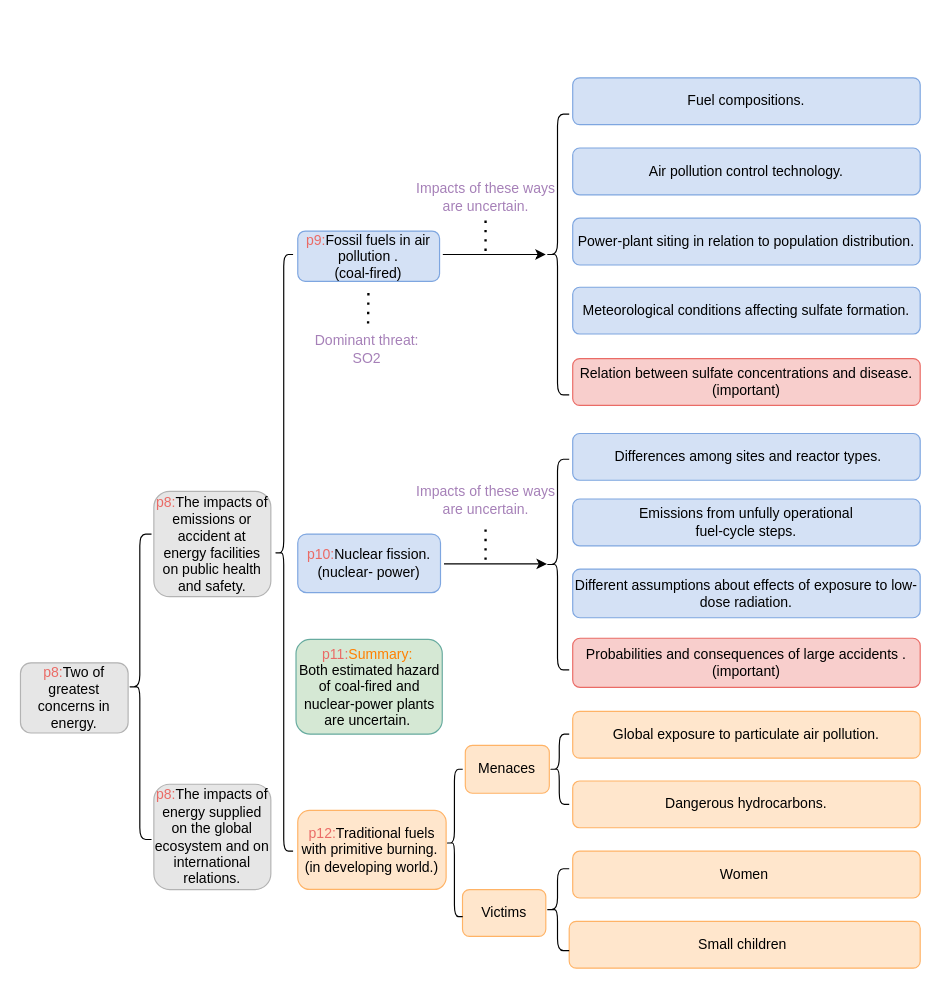
Before: mindmap.drawio in limengzhu3211/draw, a draw.io diagram. Source tidied: cells renumbered, new cells numbered last; positions are measured from the earlier drawing's top-left corner, leaving out a move shared by most shapes. Both pictures are drawn from the tidied source at 117%, with x=0, y=0 at pixel (20, 77).
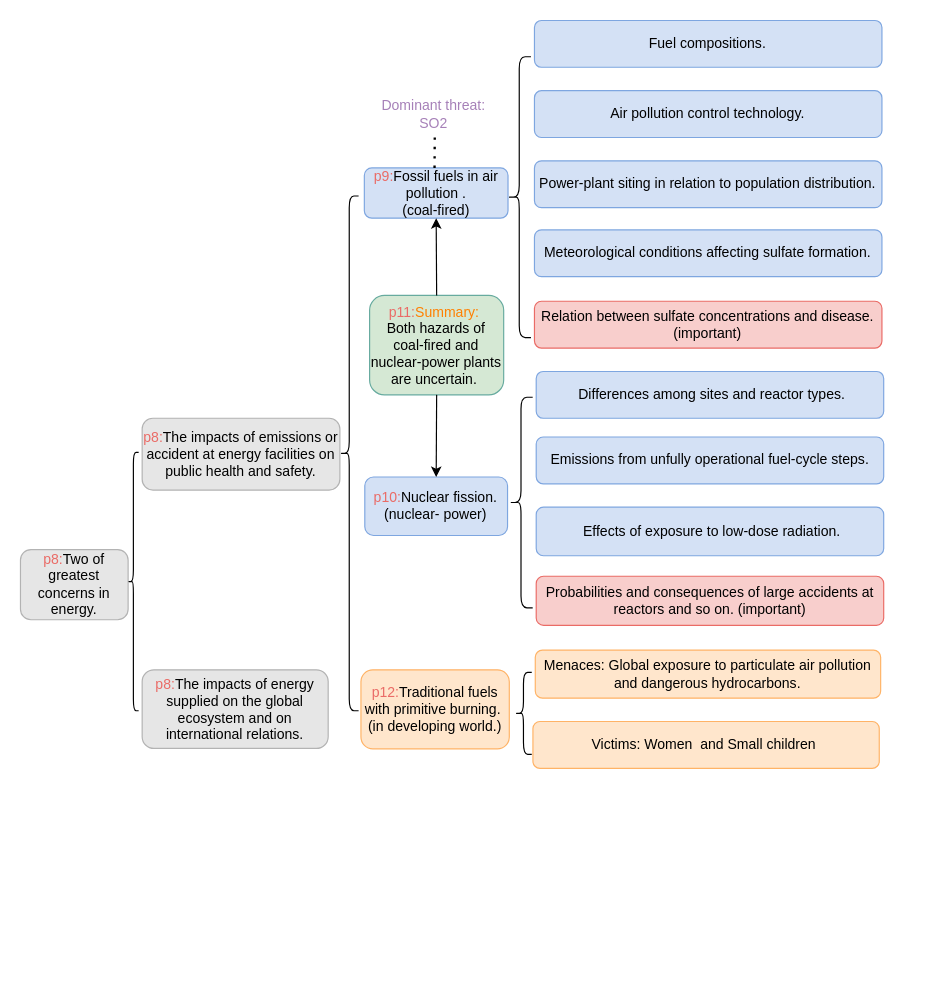
The same diagram, later.

What changed in the source:
```diff
@@
     <mxCell id="2" value="&lt;font color=&quot;#ea6b66&quot;&gt;p8:&lt;/font&gt;Two of greatest concerns in energy." style="rounded=1;whiteSpace=wrap;html=1;fillColor=#E6E6E6;strokeColor=#B3B3B3;" parent="1" vertex="1">
-      <mxGeometry y="500" width="92" height="60" as="geometry" />
+      <mxGeometry y="403.2" width="92" height="60" as="geometry" />
     </mxCell>
     <mxCell id="3" style="shape=curlyBracket;whiteSpace=wrap;html=1;rounded=1;size=0.5;" parent="1" vertex="1">
-      <mxGeometry x="92" y="390" width="20" height="261" as="geometry" />
+      <mxGeometry x="92" y="320.2" width="9" height="220.8" as="geometry" />
     </mxCell>
     <mxCell id="4" value="&lt;font color=&quot;#ea6b66&quot;&gt;p8:&lt;/font&gt;The impacts of energy supplied on the global ecosystem and on international relations." style="rounded=1;whiteSpace=wrap;html=1;fillColor=#E6E6E6;strokeColor=#B3B3B3;" parent="1" vertex="1">
-      <mxGeometry x="114" y="603.8" width="100" height="90" as="geometry" />
+      <mxGeometry x="104" y="506" width="159" height="67.2" as="geometry" />
     </mxCell>
     <mxCell id="5" value="&lt;font color=&quot;#ea6b66&quot;&gt;p8:&lt;/font&gt;The impacts of emissions or accident at energy facilities on public health and safety." style="rounded=1;whiteSpace=wrap;html=1;fillColor=#E6E6E6;strokeColor=#B3B3B3;" parent="1" vertex="1">
-      <mxGeometry x="114" y="353.5" width="100" height="90" as="geometry" />
+      <mxGeometry x="104" y="291" width="169" height="61.4" as="geometry" />
     </mxCell>
     <mxCell id="6" value="&lt;font color=&quot;#ea6b66&quot;&gt;p10:&lt;/font&gt;Nuclear fission.&lt;br&gt;(nuclear- power)" style="rounded=1;whiteSpace=wrap;html=1;fillColor=#D4E1F5;strokeColor=#7EA6E0;" parent="1" vertex="1">
-      <mxGeometry x="237" y="390" width="122" height="50" as="geometry" />
+      <mxGeometry x="294.3" y="341.2" width="122" height="50" as="geometry" />
     </mxCell>
     <mxCell id="7" value="Air pollution control technology." style="rounded=1;whiteSpace=wrap;html=1;fillColor=#D4E1F5;strokeColor=#7EA6E0;" parent="1" vertex="1">
-      <mxGeometry x="472" y="60" width="297" height="40" as="geometry" />
+      <mxGeometry x="439.3" y="11" width="297" height="40" as="geometry" />
     </mxCell>
     <mxCell id="8" value="Power-plant siting in relation to population distribution." style="rounded=1;whiteSpace=wrap;html=1;fillColor=#D4E1F5;strokeColor=#7EA6E0;" parent="1" vertex="1">
-      <mxGeometry x="472" y="120" width="297" height="40" as="geometry" />
+      <mxGeometry x="439.3" y="71" width="297" height="40" as="geometry" />
     </mxCell>
     <mxCell id="9" value="Meteorological conditions affecting sulfate formation." style="rounded=1;whiteSpace=wrap;html=1;fillColor=#D4E1F5;strokeColor=#7EA6E0;" parent="1" vertex="1">
-      <mxGeometry x="472" y="179" width="297" height="40" as="geometry" />
+      <mxGeometry x="439.3" y="130" width="297" height="40" as="geometry" />
     </mxCell>
     <mxCell id="10" value="Relation between sulfate concentrations and disease. &lt;br&gt;(important)" style="rounded=1;whiteSpace=wrap;html=1;fillColor=#F8CECC;strokeColor=#EA6B66;" parent="1" vertex="1">
-      <mxGeometry x="472" y="240" width="297" height="40" as="geometry" />
+      <mxGeometry x="439.3" y="191" width="297" height="40" as="geometry" />
     </mxCell>
     <mxCell id="11" style="shape=curlyBracket;whiteSpace=wrap;html=1;rounded=1;size=0.5;" parent="1" vertex="1">
-      <mxGeometry x="449" y="31" width="20" height="240" as="geometry" />
+      <mxGeometry x="416.3" y="-18" width="20" height="240" as="geometry" />
     </mxCell>
     <mxCell id="12" value="&amp;nbsp;Differences among sites and reactor types." style="rounded=1;whiteSpace=wrap;html=1;fillColor=#D4E1F5;strokeColor=#7EA6E0;" parent="1" vertex="1">
-      <mxGeometry x="472" y="304" width="297" height="40" as="geometry" />
+      <mxGeometry x="440.8" y="251" width="297" height="40" as="geometry" />
     </mxCell>
-    <mxCell id="13" value="Emissions from unfully operational&lt;br&gt;fuel-cycle steps." style="rounded=1;whiteSpace=wrap;html=1;fillColor=#D4E1F5;strokeColor=#7EA6E0;" parent="1" vertex="1">
-      <mxGeometry x="472" y="360" width="297" height="40" as="geometry" />
+    <mxCell id="13" value="Emissions from unfully operational fuel-cycle steps." style="rounded=1;whiteSpace=wrap;html=1;fillColor=#D4E1F5;strokeColor=#7EA6E0;" parent="1" vertex="1">
+      <mxGeometry x="440.8" y="307" width="297" height="40" as="geometry" />
     </mxCell>
-    <mxCell id="14" value="Different assumptions about effects of exposure to low-dose radiation." style="rounded=1;whiteSpace=wrap;html=1;fillColor=#D4E1F5;strokeColor=#7EA6E0;" parent="1" vertex="1">
-      <mxGeometry x="472" y="420" width="297" height="41.5" as="geometry" />
+    <mxCell id="14" value="&amp;nbsp;Effects of exposure to low-dose radiation." style="rounded=1;whiteSpace=wrap;html=1;fillColor=#D4E1F5;strokeColor=#7EA6E0;" parent="1" vertex="1">
+      <mxGeometry x="440.8" y="367" width="297" height="41.5" as="geometry" />
     </mxCell>
-    <mxCell id="15" value="Probabilities and consequences of large accidents .&lt;br&gt;(important)" style="rounded=1;whiteSpace=wrap;html=1;fillColor=#F8CECC;strokeColor=#EA6B66;" parent="1" vertex="1">
-      <mxGeometry x="472" y="479" width="297" height="42" as="geometry" />
+    <mxCell id="15" value="Probabilities and consequences of large accidents at reactors and so on. (important)" style="rounded=1;whiteSpace=wrap;html=1;fillColor=#F8CECC;strokeColor=#EA6B66;" parent="1" vertex="1">
+      <mxGeometry x="440.8" y="426" width="297" height="42" as="geometry" />
     </mxCell>
     <mxCell id="16" style="shape=curlyBracket;whiteSpace=wrap;html=1;rounded=1;size=0.5;" parent="1" vertex="1">
-      <mxGeometry x="449" y="326" width="20" height="180" as="geometry" />
+      <mxGeometry x="417.8" y="273" width="20" height="180" as="geometry" />
     </mxCell>
-    <mxCell id="17" value="Global exposure to particulate air pollution." style="rounded=1;whiteSpace=wrap;html=1;fillColor=#FFE6CC;strokeColor=#FFB366;" parent="1" vertex="1">
-      <mxGeometry x="472" y="541.5" width="297" height="40" as="geometry" />
-    </mxCell>
-    <mxCell id="18" value="Women&amp;nbsp;" style="rounded=1;whiteSpace=wrap;html=1;fillColor=#FFE6CC;strokeColor=#FFB366;" parent="1" vertex="1">
-      <mxGeometry x="472" y="661" width="297" height="40" as="geometry" />
-    </mxCell>
-    <mxCell id="19" value="Small children&amp;nbsp;" style="rounded=1;whiteSpace=wrap;html=1;fillColor=#FFE6CC;strokeColor=#FFB366;" parent="1" vertex="1">
-      <mxGeometry x="469" y="721" width="300" height="40" as="geometry" />
-    </mxCell>
-    <mxCell id="20" value="Victims" style="rounded=1;whiteSpace=wrap;html=1;fillColor=#FFE6CC;strokeColor=#FFB366;" parent="1" vertex="1">
-      <mxGeometry x="377.8" y="693.8" width="71.2" height="40" as="geometry" />
+    <mxCell id="20" value="Victims: Women&amp;nbsp; and Small children&amp;nbsp;" style="rounded=1;whiteSpace=wrap;html=1;fillColor=#FFE6CC;strokeColor=#FFB366;" parent="1" vertex="1">
+      <mxGeometry x="438" y="550.2" width="296" height="40" as="geometry" />
     </mxCell>
-    <mxCell id="21" style="shape=curlyBracket;whiteSpace=wrap;html=1;rounded=1;size=0.5;" parent="1" vertex="1">
-      <mxGeometry x="449" y="676" width="20" height="70" as="geometry" />
-    </mxCell>
-    <mxCell id="22" style="edgeStyle=orthogonalEdgeStyle;rounded=0;orthogonalLoop=1;jettySize=auto;html=1;entryX=0.1;entryY=0.5;entryDx=0;entryDy=0;entryPerimeter=0;" parent="1" edge="1">
-      <mxGeometry relative="1" as="geometry">
-        <mxPoint x="361" y="151" as="sourcePoint" />
-        <mxPoint x="449" y="151" as="targetPoint" />
-      </mxGeometry>
-    </mxCell>
     <mxCell id="23" value="&lt;font color=&quot;#ea6b66&quot;&gt;p9:&lt;/font&gt;Fossil fuels in air pollution .&lt;br&gt;(coal-fired)" style="rounded=1;whiteSpace=wrap;html=1;fillColor=#D4E1F5;strokeColor=#7EA6E0;" parent="1" vertex="1">
-      <mxGeometry x="237" y="131" width="121.2" height="43" as="geometry" />
+      <mxGeometry x="293.9" y="77" width="122.8" height="43" as="geometry" />
     </mxCell>
     <mxCell id="24" style="shape=curlyBracket;whiteSpace=wrap;html=1;rounded=1;size=0.5;" parent="1" vertex="1">
-      <mxGeometry x="217" y="151" width="16" height="510" as="geometry" />
+      <mxGeometry x="273" y="101" width="16" height="440" as="geometry" />
     </mxCell>
-    <mxCell id="25" value="&lt;font color=&quot;#a680b8&quot;&gt;Impacts of these ways&lt;br&gt;are uncertain.&lt;br&gt;&lt;/font&gt;" style="text;html=1;strokeColor=none;fillColor=none;align=center;verticalAlign=middle;whiteSpace=wrap;rounded=0;" parent="1" vertex="1">
-      <mxGeometry x="333" y="72" width="130" height="59" as="geometry" />
-    </mxCell>
-    <mxCell id="26" value="&lt;span style=&quot;font-family: &amp;#34;helvetica&amp;#34;&quot;&gt;&lt;font color=&quot;#ea6b66&quot;&gt;p11:&lt;/font&gt;&lt;font color=&quot;#ff8000&quot;&gt;Summary:&lt;/font&gt;&amp;nbsp;&lt;br&gt;&lt;/span&gt;&lt;span style=&quot;font-family: &amp;#34;helvetica&amp;#34;&quot;&gt;Both&amp;nbsp;&lt;/span&gt;&lt;span style=&quot;font-family: &amp;#34;helvetica&amp;#34;&quot;&gt;estimated hazard of coal-fired and nuclear-power plants are uncertain.&amp;nbsp;&lt;/span&gt;" style="rounded=1;whiteSpace=wrap;html=1;fillColor=#D5E8D4;strokeColor=#67AB9F;" parent="1" vertex="1">
-      <mxGeometry x="235.5" y="480" width="125" height="81" as="geometry" />
+    <mxCell id="26" value="&lt;span style=&quot;font-family: &amp;#34;helvetica&amp;#34;&quot;&gt;&lt;font color=&quot;#ea6b66&quot;&gt;p11:&lt;/font&gt;&lt;font color=&quot;#ff8000&quot;&gt;Summary:&lt;/font&gt;&amp;nbsp;&lt;br&gt;&lt;/span&gt;&lt;span style=&quot;font-family: &amp;#34;helvetica&amp;#34;&quot;&gt;Both&amp;nbsp;&lt;/span&gt;&lt;span style=&quot;font-family: &amp;#34;helvetica&amp;#34;&quot;&gt;hazards of coal-fired and nuclear-power plants are uncertain.&amp;nbsp;&lt;/span&gt;" style="rounded=1;whiteSpace=wrap;html=1;fillColor=#D5E8D4;strokeColor=#67AB9F;" parent="1" vertex="1">
+      <mxGeometry x="298.4" y="186" width="114.6" height="85" as="geometry" />
     </mxCell>
     <mxCell id="27" value="&lt;span style=&quot;font-family: &amp;#34;helvetica&amp;#34;&quot;&gt;&lt;font color=&quot;#a680b8&quot;&gt;Dominant threat:&amp;nbsp;&lt;br&gt;SO2&amp;nbsp;&lt;/font&gt;&lt;/span&gt;" style="text;html=1;strokeColor=none;fillColor=none;align=center;verticalAlign=middle;whiteSpace=wrap;rounded=0;" parent="1" vertex="1">
-      <mxGeometry x="244.6" y="212" width="106" height="40" as="geometry" />
+      <mxGeometry x="302.3" y="11" width="106" height="40" as="geometry" />
     </mxCell>
     <mxCell id="28" style="endArrow=none;dashed=1;html=1;dashPattern=1 3;strokeWidth=2;" parent="1" edge="1">
       <mxGeometry relative="1" as="geometry">
-        <mxPoint x="297.1" y="210" as="sourcePoint" />
-        <mxPoint x="297.4" y="183" as="targetPoint" />
+        <mxPoint x="353.9" y="77" as="sourcePoint" />
+        <mxPoint x="354.1" y="50" as="targetPoint" />
       </mxGeometry>
     </mxCell>
-    <mxCell id="29" value="&lt;span&gt;Dangerous hydrocarbons.&lt;/span&gt;" style="rounded=1;whiteSpace=wrap;html=1;fillColor=#FFE6CC;strokeColor=#FFB366;" parent="1" vertex="1">
-      <mxGeometry x="472" y="601" width="297" height="40" as="geometry" />
-    </mxCell>
-    <mxCell id="30" value="Menaces" style="rounded=1;whiteSpace=wrap;html=1;fillColor=#FFE6CC;strokeColor=#FFB366;" parent="1" vertex="1">
-      <mxGeometry x="380.2" y="570.5" width="71.8" height="41" as="geometry" />
+    <mxCell id="30" value="Menaces: Global exposure to particulate air pollution and dangerous hydrocarbons." style="rounded=1;whiteSpace=wrap;html=1;fillColor=#FFE6CC;strokeColor=#FFB366;" parent="1" vertex="1">
+      <mxGeometry x="440" y="489.2" width="295.2" height="41" as="geometry" />
     </mxCell>
     <mxCell id="31" style="shape=curlyBracket;whiteSpace=wrap;html=1;rounded=1;" parent="1" vertex="1">
-      <mxGeometry x="363.8" y="591" width="14.2" height="126" as="geometry" />
+      <mxGeometry x="422.8" y="508.2" width="14.2" height="70" as="geometry" />
     </mxCell>
-    <mxCell id="32" style="shape=curlyBracket;whiteSpace=wrap;html=1;rounded=1;size=0.5;" parent="1" vertex="1">
-      <mxGeometry x="452" y="561" width="17" height="60" as="geometry" />
-    </mxCell>
     <mxCell id="33" value="Fuel compositions." style="rounded=1;whiteSpace=wrap;html=1;fillColor=#D4E1F5;strokeColor=#7EA6E0;" parent="1" vertex="1">
-      <mxGeometry x="472" width="297" height="40" as="geometry" />
+      <mxGeometry x="439.3" y="-49" width="297" height="40" as="geometry" />
     </mxCell>
     <mxCell id="34" value="&lt;font color=&quot;#ea6b66&quot;&gt;p12:&lt;/font&gt;Traditional fuels with primitive burning.&amp;nbsp;&lt;br&gt;(in developing world.)" style="rounded=1;whiteSpace=wrap;html=1;fillColor=#FFE6CC;strokeColor=#FFB366;" parent="1" vertex="1">
-      <mxGeometry x="237" y="626.2" width="126.8" height="67.5" as="geometry" />
+      <mxGeometry x="291" y="506" width="126.8" height="67.5" as="geometry" />
     </mxCell>
-    <mxCell id="35" style="edgeStyle=orthogonalEdgeStyle;rounded=0;orthogonalLoop=1;jettySize=auto;html=1;entryX=0.1;entryY=0.5;entryDx=0;entryDy=0;entryPerimeter=0;" parent="1" edge="1">
-      <mxGeometry relative="1" as="geometry">
-        <mxPoint x="362" y="415.5" as="sourcePoint" />
-        <mxPoint x="450" y="415.5" as="targetPoint" />
-      </mxGeometry>
-    </mxCell>
-    <mxCell id="36" style="endArrow=none;dashed=1;html=1;dashPattern=1 3;strokeWidth=2;" parent="1" edge="1">
-      <mxGeometry relative="1" as="geometry">
-        <mxPoint x="397.5" y="148" as="sourcePoint" />
-        <mxPoint x="397.5" y="120" as="targetPoint" />
-      </mxGeometry>
-    </mxCell>
-    <mxCell id="37" style="endArrow=none;dashed=1;html=1;dashPattern=1 3;strokeWidth=2;" parent="1" edge="1">
-      <mxGeometry relative="1" as="geometry">
-        <mxPoint x="397.5" y="412" as="sourcePoint" />
-        <mxPoint x="397.5" y="384" as="targetPoint" />
-      </mxGeometry>
-    </mxCell>
-    <mxCell id="38" value="&lt;font color=&quot;#a680b8&quot;&gt;Impacts of these ways&lt;br&gt;are uncertain.&lt;br&gt;&lt;/font&gt;" style="text;html=1;strokeColor=none;fillColor=none;align=center;verticalAlign=middle;whiteSpace=wrap;rounded=0;" parent="1" vertex="1">
-      <mxGeometry x="333" y="331" width="130" height="59" as="geometry" />
-    </mxCell>
+    <mxCell id="39" style="endArrow=classic;html=1;entryX=0.5;entryY=1;entryDx=0;entryDy=0;exitX=0.5;exitY=0;exitDx=0;exitDy=0;" parent="1" edge="1" source="26" target="23">
+      <mxGeometry relative="1" as="geometry" />
+    </mxCell>
+    <mxCell id="40" style="endArrow=classic;html=1;exitX=0.5;exitY=1;exitDx=0;exitDy=0;entryX=0.5;entryY=0;entryDx=0;entryDy=0;" parent="1" edge="1" source="26" target="6">
+      <mxGeometry relative="1" as="geometry" />
+    </mxCell>
```
